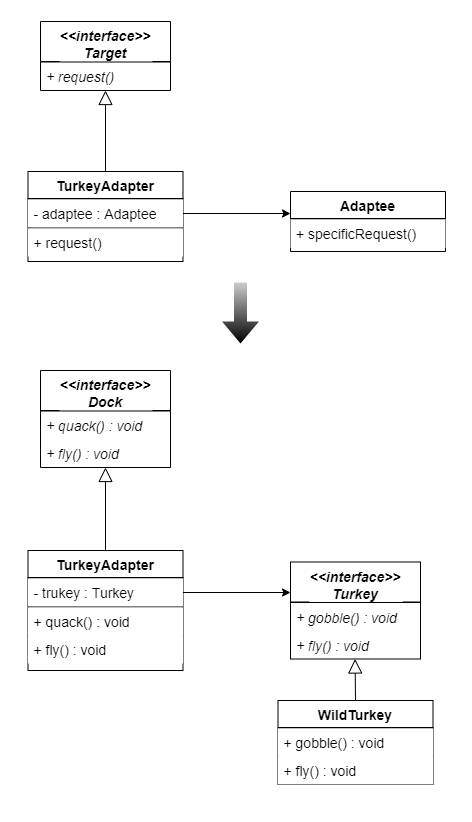
jtjin/DesignPatterns keeps this draw.io diagram as src/main/java/DesignPatterns/adapter/Adapter.png. Above is the earlier version. Source tidied: cells renumbered, new cells last; positions are measured from the earlier drawing's top-left corner, leaving out a move shared by most shapes. Source of this version:
```xml
<mxGraphModel>
  <root>
    <mxCell id="0" />
    <mxCell id="1" parent="0" />
    <mxCell id="2" style="group;strokeColor=#FFFFFF;strokeWidth=1;perimeterSpacing=1;fillColor=#ffffff;" parent="1" vertex="1">
      <mxGeometry width="470" height="820" as="geometry" />
    </mxCell>
    <mxCell id="3" value="&lt;&lt;interface&gt;&gt;&#10;Target" style="swimlane;fontStyle=3;align=center;verticalAlign=top;horizontal=1;startSize=40;rounded=0;shadow=0;strokeWidth=1;fontFamily=Helvetica;fontSize=14;labelBackgroundColor=#FFFFFF;" parent="1" vertex="1">
      <mxGeometry x="40" y="21" width="130" height="69" as="geometry" />
    </mxCell>
    <mxCell id="4" style="line;html=1;strokeWidth=1;align=left;verticalAlign=middle;spacingTop=-1;spacingLeft=3;spacingRight=3;labelPosition=right;fontFamily=Helvetica;fontSize=14;labelBackgroundColor=#FFFFFF;noLabel=0;perimeterSpacing=0;shadow=0;sketch=0;fontStyle=0;" parent="3" vertex="1">
      <mxGeometry y="40" width="130" height="1" as="geometry" />
    </mxCell>
    <mxCell id="5" value="+ request()" style="text;align=left;verticalAlign=top;spacingLeft=4;spacingRight=4;overflow=hidden;fontFamily=Helvetica;fontSize=14;labelBackgroundColor=#ffffff;fontStyle=2;" parent="3" vertex="1">
      <mxGeometry y="41" width="130" height="28" as="geometry" />
    </mxCell>
    <mxCell id="6" value="TurkeyAdapter" style="swimlane;fontStyle=1;align=center;verticalAlign=top;horizontal=1;startSize=27;rounded=0;shadow=0;strokeWidth=1;fontFamily=Helvetica;fontSize=14;labelBackgroundColor=#FFFFFF;" parent="1" vertex="1">
      <mxGeometry x="27.5" y="171" width="155" height="90" as="geometry" />
    </mxCell>
    <mxCell id="7" style="line;html=1;strokeWidth=1;align=left;verticalAlign=middle;spacingTop=-1;spacingLeft=3;spacingRight=3;labelPosition=right;fontFamily=Helvetica;fontSize=14;labelBackgroundColor=#FFFFFF;noLabel=0;perimeterSpacing=0;shadow=0;sketch=0;fontStyle=0;" parent="6" vertex="1">
      <mxGeometry y="27" width="155" height="1" as="geometry" />
    </mxCell>
    <mxCell id="8" value="- adaptee : Adaptee" style="text;align=left;verticalAlign=top;spacingLeft=4;spacingRight=4;overflow=hidden;points=[[0,0.5],[1,0.5]];portConstraint=eastwest;fontFamily=Helvetica;fontSize=14;labelBackgroundColor=#ffffff;fillColor=#ffffff;fontStyle=0;" parent="6" vertex="1">
      <mxGeometry y="28" width="155" height="28" as="geometry" />
    </mxCell>
    <mxCell id="9" style="line;html=1;strokeWidth=1;align=left;verticalAlign=middle;spacingTop=-1;spacingLeft=3;spacingRight=3;labelPosition=right;fontFamily=Helvetica;fontSize=14;labelBackgroundColor=#FFFFFF;noLabel=0;perimeterSpacing=0;shadow=0;sketch=0;fontStyle=0;" parent="6" vertex="1">
      <mxGeometry y="56" width="155" height="1" as="geometry" />
    </mxCell>
    <mxCell id="10" value="+ request()" style="text;align=left;verticalAlign=top;spacingLeft=4;spacingRight=4;overflow=hidden;fontFamily=Helvetica;fontSize=14;labelBackgroundColor=#ffffff;fillColor=#ffffff;fontStyle=0;" parent="6" vertex="1">
      <mxGeometry y="57" width="155" height="28" as="geometry" />
    </mxCell>
    <mxCell id="11" style="endArrow=block;endSize=12;endFill=0;html=1;fontFamily=Helvetica;fontSize=14;exitX=0.5;exitY=0;exitDx=0;exitDy=0;entryX=0.5;entryY=1;entryDx=0;entryDy=0;" parent="1" edge="1" source="6" target="3">
      <mxGeometry x="414.5" y="404.2" as="geometry" />
    </mxCell>
    <mxCell id="12" value="Adaptee" style="swimlane;fontStyle=1;align=center;verticalAlign=top;horizontal=1;startSize=27;rounded=0;shadow=0;strokeWidth=1;fontFamily=Helvetica;fontSize=14;labelBackgroundColor=#FFFFFF;" parent="1" vertex="1">
      <mxGeometry x="290" y="191" width="155" height="60" as="geometry" />
    </mxCell>
    <mxCell id="13" style="line;html=1;strokeWidth=1;align=left;verticalAlign=middle;spacingTop=-1;spacingLeft=3;spacingRight=3;labelPosition=right;fontFamily=Helvetica;fontSize=14;labelBackgroundColor=#FFFFFF;noLabel=0;perimeterSpacing=0;shadow=0;sketch=0;fontStyle=0;" parent="12" vertex="1">
      <mxGeometry y="27" width="155" height="1" as="geometry" />
    </mxCell>
    <mxCell id="14" value="+ specificRequest()" style="text;align=left;verticalAlign=top;spacingLeft=4;spacingRight=4;overflow=hidden;fontFamily=Helvetica;fontSize=14;labelBackgroundColor=#ffffff;fillColor=#ffffff;fontStyle=0;" parent="12" vertex="1">
      <mxGeometry y="28" width="155" height="28" as="geometry" />
    </mxCell>
    <mxCell id="15" style="edgeStyle=orthogonalEdgeStyle;rounded=0;jettySize=auto;html=1;" parent="1" edge="1" source="8">
      <mxGeometry relative="1" as="geometry">
        <mxPoint x="290" y="213" as="targetPoint" />
      </mxGeometry>
    </mxCell>
    <mxCell id="16" value="&lt;&lt;interface&gt;&gt;&#10;Dock" style="swimlane;fontStyle=3;align=center;verticalAlign=top;horizontal=1;startSize=40;rounded=0;shadow=0;strokeWidth=1;fontFamily=Helvetica;fontSize=14;labelBackgroundColor=#FFFFFF;" parent="1" vertex="1">
      <mxGeometry x="40" y="370" width="130" height="97" as="geometry" />
    </mxCell>
    <mxCell id="17" style="line;html=1;strokeWidth=1;align=left;verticalAlign=middle;spacingTop=-1;spacingLeft=3;spacingRight=3;labelPosition=right;fontFamily=Helvetica;fontSize=14;labelBackgroundColor=#FFFFFF;noLabel=0;perimeterSpacing=0;shadow=0;sketch=0;fontStyle=0;" parent="16" vertex="1">
      <mxGeometry y="40" width="130" height="1" as="geometry" />
    </mxCell>
    <mxCell id="18" value="+ quack() : void" style="text;align=left;verticalAlign=top;spacingLeft=4;spacingRight=4;overflow=hidden;fontFamily=Helvetica;fontSize=14;labelBackgroundColor=#ffffff;fontStyle=2;" parent="16" vertex="1">
      <mxGeometry y="41" width="130" height="28" as="geometry" />
    </mxCell>
    <mxCell id="19" value="+ fly() : void" style="text;align=left;verticalAlign=top;spacingLeft=4;spacingRight=4;overflow=hidden;fontFamily=Helvetica;fontSize=14;labelBackgroundColor=#ffffff;fontStyle=2;" parent="16" vertex="1">
      <mxGeometry y="69" width="130" height="28" as="geometry" />
    </mxCell>
    <mxCell id="20" value="TurkeyAdapter" style="swimlane;fontStyle=1;align=center;verticalAlign=top;horizontal=1;startSize=27;rounded=0;shadow=0;strokeWidth=1;fontFamily=Helvetica;fontSize=14;labelBackgroundColor=#FFFFFF;" parent="1" vertex="1">
      <mxGeometry x="27.5" y="550" width="155" height="120" as="geometry" />
    </mxCell>
    <mxCell id="21" style="line;html=1;strokeWidth=1;align=left;verticalAlign=middle;spacingTop=-1;spacingLeft=3;spacingRight=3;labelPosition=right;fontFamily=Helvetica;fontSize=14;labelBackgroundColor=#FFFFFF;noLabel=0;perimeterSpacing=0;shadow=0;sketch=0;fontStyle=0;" parent="20" vertex="1">
      <mxGeometry y="27" width="155" height="1" as="geometry" />
    </mxCell>
    <mxCell id="22" value="- trukey : Turkey" style="text;align=left;verticalAlign=top;spacingLeft=4;spacingRight=4;overflow=hidden;points=[[0,0.5],[1,0.5]];portConstraint=eastwest;fontFamily=Helvetica;fontSize=14;labelBackgroundColor=#ffffff;fillColor=#ffffff;fontStyle=0;" parent="20" vertex="1">
      <mxGeometry y="28" width="155" height="28" as="geometry" />
    </mxCell>
    <mxCell id="23" style="line;html=1;strokeWidth=1;align=left;verticalAlign=middle;spacingTop=-1;spacingLeft=3;spacingRight=3;labelPosition=right;fontFamily=Helvetica;fontSize=14;labelBackgroundColor=#FFFFFF;noLabel=0;perimeterSpacing=0;shadow=0;sketch=0;fontStyle=0;" parent="20" vertex="1">
      <mxGeometry y="56" width="155" height="1" as="geometry" />
    </mxCell>
    <mxCell id="24" value="+ quack() : void" style="text;align=left;verticalAlign=top;spacingLeft=4;spacingRight=4;overflow=hidden;fontFamily=Helvetica;fontSize=14;labelBackgroundColor=#ffffff;fillColor=#ffffff;fontStyle=0;" parent="20" vertex="1">
      <mxGeometry y="57" width="155" height="28" as="geometry" />
    </mxCell>
    <mxCell id="25" value="+ fly() : void" style="text;align=left;verticalAlign=top;spacingLeft=4;spacingRight=4;overflow=hidden;fontFamily=Helvetica;fontSize=14;labelBackgroundColor=#ffffff;fillColor=#ffffff;fontStyle=0;" parent="20" vertex="1">
      <mxGeometry y="85" width="155" height="28" as="geometry" />
    </mxCell>
    <mxCell id="26" style="endArrow=block;endSize=12;endFill=0;html=1;fontFamily=Helvetica;fontSize=14;exitX=0.5;exitY=0;exitDx=0;exitDy=0;entryX=0.5;entryY=1;entryDx=0;entryDy=0;" parent="1" edge="1" source="20" target="16">
      <mxGeometry x="414.5" y="783.2" as="geometry" />
    </mxCell>
    <mxCell id="27" value="WildTurkey" style="swimlane;fontStyle=1;align=center;verticalAlign=top;horizontal=1;startSize=27;rounded=0;shadow=0;strokeWidth=1;fontFamily=Helvetica;fontSize=14;labelBackgroundColor=#FFFFFF;" parent="1" vertex="1">
      <mxGeometry x="277.5" y="700" width="155" height="84" as="geometry" />
    </mxCell>
    <mxCell id="28" style="line;html=1;strokeWidth=1;align=left;verticalAlign=middle;spacingTop=-1;spacingLeft=3;spacingRight=3;labelPosition=right;fontFamily=Helvetica;fontSize=14;labelBackgroundColor=#FFFFFF;noLabel=0;perimeterSpacing=0;shadow=0;sketch=0;fontStyle=0;" parent="27" vertex="1">
      <mxGeometry y="27" width="155" height="1" as="geometry" />
    </mxCell>
    <mxCell id="29" value="+ gobble() : void" style="text;align=left;verticalAlign=top;spacingLeft=4;spacingRight=4;overflow=hidden;fontFamily=Helvetica;fontSize=14;labelBackgroundColor=#ffffff;fillColor=#ffffff;fontStyle=0;" parent="27" vertex="1">
      <mxGeometry y="28" width="155" height="28" as="geometry" />
    </mxCell>
    <mxCell id="30" value="+ fly() : void" style="text;align=left;verticalAlign=top;spacingLeft=4;spacingRight=4;overflow=hidden;fontFamily=Helvetica;fontSize=14;labelBackgroundColor=#ffffff;fillColor=#ffffff;fontStyle=0;" parent="27" vertex="1">
      <mxGeometry y="56" width="155" height="28" as="geometry" />
    </mxCell>
    <mxCell id="31" style="edgeStyle=orthogonalEdgeStyle;rounded=0;jettySize=auto;html=1;" parent="1" edge="1" source="22">
      <mxGeometry relative="1" as="geometry">
        <mxPoint x="290" y="592" as="targetPoint" />
      </mxGeometry>
    </mxCell>
    <mxCell id="32" style="shape=flexArrow;endArrow=classic;html=1;fillColor=#000000;gradientColor=#CCCCCC;gradientDirection=north;strokeColor=none;strokeWidth=4;" parent="1" edge="1">
      <mxGeometry relative="1" as="geometry">
        <mxPoint x="240" y="280" as="sourcePoint" />
        <mxPoint x="240" y="345" as="targetPoint" />
      </mxGeometry>
    </mxCell>
    <mxCell id="33" value="&lt;&lt;interface&gt;&gt;&#10;Turkey" style="swimlane;fontStyle=3;align=center;verticalAlign=top;horizontal=1;startSize=40;rounded=0;shadow=0;strokeWidth=1;fontFamily=Helvetica;fontSize=14;labelBackgroundColor=#FFFFFF;" parent="1" vertex="1">
      <mxGeometry x="290" y="561.5" width="130" height="97" as="geometry" />
    </mxCell>
    <mxCell id="34" style="line;html=1;strokeWidth=1;align=left;verticalAlign=middle;spacingTop=-1;spacingLeft=3;spacingRight=3;labelPosition=right;fontFamily=Helvetica;fontSize=14;labelBackgroundColor=#FFFFFF;noLabel=0;perimeterSpacing=0;shadow=0;sketch=0;fontStyle=0;" parent="33" vertex="1">
      <mxGeometry y="40" width="130" height="1" as="geometry" />
    </mxCell>
    <mxCell id="35" value="+ gobble() : void" style="text;align=left;verticalAlign=top;spacingLeft=4;spacingRight=4;overflow=hidden;fontFamily=Helvetica;fontSize=14;labelBackgroundColor=#ffffff;fontStyle=2;" parent="33" vertex="1">
      <mxGeometry y="41" width="130" height="28" as="geometry" />
    </mxCell>
    <mxCell id="36" value="+ fly() : void" style="text;align=left;verticalAlign=top;spacingLeft=4;spacingRight=4;overflow=hidden;fontFamily=Helvetica;fontSize=14;labelBackgroundColor=#ffffff;fontStyle=2;" parent="33" vertex="1">
      <mxGeometry y="69" width="130" height="28" as="geometry" />
    </mxCell>
    <mxCell id="37" style="endArrow=block;endSize=12;endFill=0;html=1;fontFamily=Helvetica;fontSize=14;entryX=0.5;entryY=1;entryDx=0;entryDy=0;" parent="1" edge="1">
      <mxGeometry x="664.1" y="974.7" as="geometry">
        <mxPoint x="355" y="700" as="sourcePoint" />
        <mxPoint x="354.6" y="658.5" as="targetPoint" />
      </mxGeometry>
    </mxCell>
  </root>
</mxGraphModel>
```
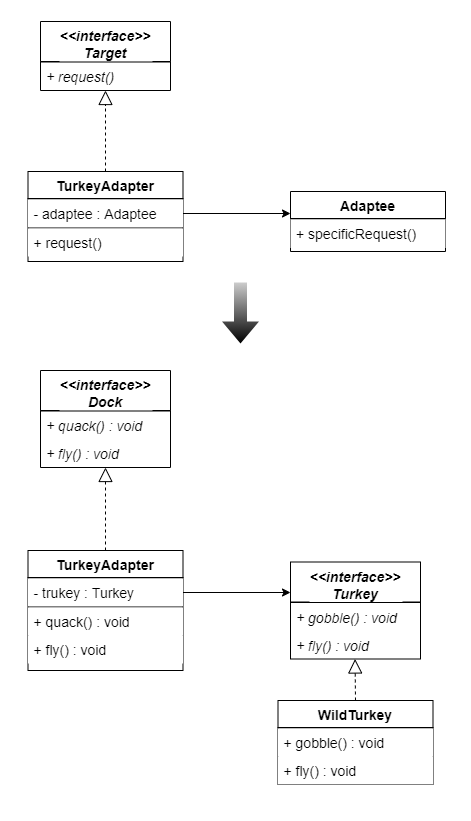
Later version of the same file.

Change to the diagram source:
```diff
@@ -29,7 +29,7 @@
     <mxCell id="10" value="+ request()" style="text;align=left;verticalAlign=top;spacingLeft=4;spacingRight=4;overflow=hidden;fontFamily=Helvetica;fontSize=14;labelBackgroundColor=#ffffff;fillColor=#ffffff;fontStyle=0;" parent="6" vertex="1">
       <mxGeometry y="57" width="155" height="28" as="geometry" />
     </mxCell>
-    <mxCell id="11" style="endArrow=block;endSize=12;endFill=0;html=1;fontFamily=Helvetica;fontSize=14;exitX=0.5;exitY=0;exitDx=0;exitDy=0;entryX=0.5;entryY=1;entryDx=0;entryDy=0;" parent="1" edge="1" source="6" target="3">
+    <mxCell id="11" style="endArrow=block;endSize=12;endFill=0;html=1;fontFamily=Helvetica;fontSize=14;exitX=0.5;exitY=0;exitDx=0;exitDy=0;entryX=0.5;entryY=1;entryDx=0;entryDy=0;dashed=1;" parent="1" edge="1" source="6" target="3">
       <mxGeometry x="414.5" y="404.2" as="geometry" />
     </mxCell>
     <mxCell id="12" value="Adaptee" style="swimlane;fontStyle=1;align=center;verticalAlign=top;horizontal=1;startSize=27;rounded=0;shadow=0;strokeWidth=1;fontFamily=Helvetica;fontSize=14;labelBackgroundColor=#FFFFFF;" parent="1" vertex="1">
@@ -76,7 +76,7 @@
     <mxCell id="25" value="+ fly() : void" style="text;align=left;verticalAlign=top;spacingLeft=4;spacingRight=4;overflow=hidden;fontFamily=Helvetica;fontSize=14;labelBackgroundColor=#ffffff;fillColor=#ffffff;fontStyle=0;" parent="20" vertex="1">
       <mxGeometry y="85" width="155" height="28" as="geometry" />
     </mxCell>
-    <mxCell id="26" style="endArrow=block;endSize=12;endFill=0;html=1;fontFamily=Helvetica;fontSize=14;exitX=0.5;exitY=0;exitDx=0;exitDy=0;entryX=0.5;entryY=1;entryDx=0;entryDy=0;" parent="1" edge="1" source="20" target="16">
+    <mxCell id="26" style="endArrow=block;endSize=12;endFill=0;html=1;fontFamily=Helvetica;fontSize=14;exitX=0.5;exitY=0;exitDx=0;exitDy=0;entryX=0.5;entryY=1;entryDx=0;entryDy=0;dashed=1;" parent="1" edge="1" source="20" target="16">
       <mxGeometry x="414.5" y="783.2" as="geometry" />
     </mxCell>
     <mxCell id="27" value="WildTurkey" style="swimlane;fontStyle=1;align=center;verticalAlign=top;horizontal=1;startSize=27;rounded=0;shadow=0;strokeWidth=1;fontFamily=Helvetica;fontSize=14;labelBackgroundColor=#FFFFFF;" parent="1" vertex="1">
@@ -114,7 +114,7 @@
     <mxCell id="36" value="+ fly() : void" style="text;align=left;verticalAlign=top;spacingLeft=4;spacingRight=4;overflow=hidden;fontFamily=Helvetica;fontSize=14;labelBackgroundColor=#ffffff;fontStyle=2;" parent="33" vertex="1">
       <mxGeometry y="69" width="130" height="28" as="geometry" />
     </mxCell>
-    <mxCell id="37" style="endArrow=block;endSize=12;endFill=0;html=1;fontFamily=Helvetica;fontSize=14;entryX=0.5;entryY=1;entryDx=0;entryDy=0;" parent="1" edge="1">
+    <mxCell id="37" style="endArrow=block;endSize=12;endFill=0;html=1;fontFamily=Helvetica;fontSize=14;entryX=0.5;entryY=1;entryDx=0;entryDy=0;dashed=1;" parent="1" edge="1">
       <mxGeometry x="664.1" y="974.7" as="geometry">
         <mxPoint x="355" y="700" as="sourcePoint" />
         <mxPoint x="354.6" y="658.5" as="targetPoint" />
```
